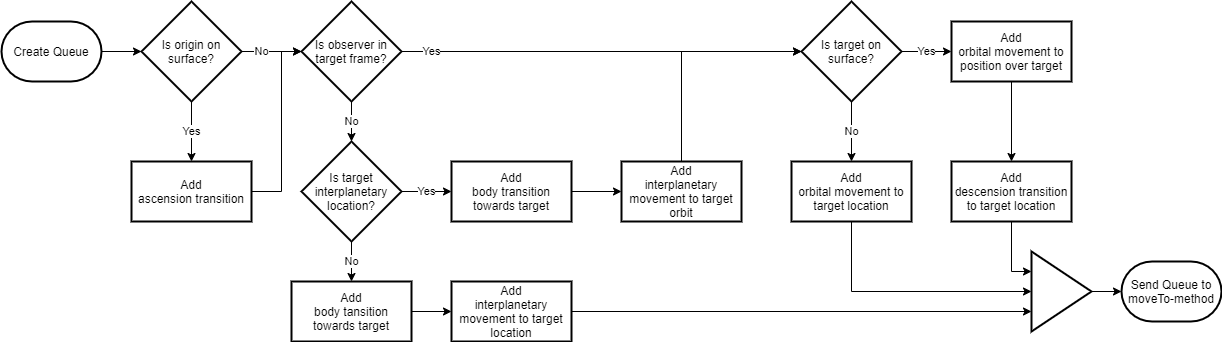
NXXR/Master-Thesis keeps this draw.io diagram as Thesis/src/content/4_3_autoNavigation/img/QueueConstructionFlowchart.png. Above is the earlier version. Source tidied: cells renumbered, new cells last; positions are measured from the earlier drawing's top-left corner, leaving out a move shared by most shapes. Its diagram source:
```xml
<mxGraphModel>
  <root>
    <mxCell id="0" />
    <mxCell id="1" parent="0" />
    <mxCell id="2" style="edgeStyle=orthogonalEdgeStyle;rounded=0;jettySize=auto;html=1;exitX=1;exitY=0.5;exitDx=0;exitDy=0;exitPerimeter=0;entryX=0;entryY=0.5;entryDx=0;entryDy=0;entryPerimeter=0;" parent="1" edge="1" source="3" target="6">
      <mxGeometry relative="1" as="geometry" />
    </mxCell>
    <mxCell id="3" value="Create Queue" style="strokeWidth=2;html=1;shape=mxgraph.flowchart.terminator;whiteSpace=wrap;" parent="1" vertex="1">
      <mxGeometry y="20" width="100" height="60" as="geometry" />
    </mxCell>
    <mxCell id="4" value="Yes" style="edgeStyle=orthogonalEdgeStyle;rounded=0;jettySize=auto;html=1;exitX=0.5;exitY=1;exitDx=0;exitDy=0;exitPerimeter=0;entryX=0.5;entryY=0;entryDx=0;entryDy=0;" parent="1" edge="1" source="6" target="8">
      <mxGeometry relative="1" as="geometry" />
    </mxCell>
    <mxCell id="5" value="No" style="edgeStyle=orthogonalEdgeStyle;rounded=0;jettySize=auto;html=1;exitX=1;exitY=0.5;exitDx=0;exitDy=0;exitPerimeter=0;entryX=0;entryY=0.5;entryDx=0;entryDy=0;entryPerimeter=0;" parent="1" edge="1" source="6" target="11">
      <mxGeometry x="-0.33" relative="1" as="geometry" />
    </mxCell>
    <mxCell id="6" value="Is origin on surface?" style="strokeWidth=2;html=1;shape=mxgraph.flowchart.decision;whiteSpace=wrap;" parent="1" vertex="1">
      <mxGeometry x="140" width="100" height="100" as="geometry" />
    </mxCell>
    <mxCell id="7" style="edgeStyle=orthogonalEdgeStyle;rounded=0;jettySize=auto;html=1;exitX=1;exitY=0.5;exitDx=0;exitDy=0;entryX=0;entryY=0.5;entryDx=0;entryDy=0;entryPerimeter=0;" parent="1" edge="1" source="8" target="11">
      <mxGeometry relative="1" as="geometry">
        <Array as="points">
          <mxPoint x="280" y="190" />
          <mxPoint x="280" y="50" />
        </Array>
      </mxGeometry>
    </mxCell>
    <mxCell id="8" value="Add&lt;br&gt;ascension transition" style="rounded=0;whiteSpace=wrap;html=1;strokeWidth=2;" parent="1" vertex="1">
      <mxGeometry x="130" y="160" width="120" height="60" as="geometry" />
    </mxCell>
    <mxCell id="9" value="Yes" style="edgeStyle=orthogonalEdgeStyle;rounded=0;jettySize=auto;html=1;exitX=1;exitY=0.5;exitDx=0;exitDy=0;exitPerimeter=0;" parent="1" edge="1" source="11" target="14">
      <mxGeometry x="-0.85" relative="1" as="geometry" />
    </mxCell>
    <mxCell id="10" value="No" style="edgeStyle=none;rounded=0;jettySize=auto;html=1;exitX=0.5;exitY=1;exitDx=0;exitDy=0;exitPerimeter=0;entryX=0.5;entryY=0;entryDx=0;entryDy=0;entryPerimeter=0;" parent="1" edge="1" source="11" target="23">
      <mxGeometry relative="1" as="geometry" />
    </mxCell>
    <mxCell id="11" value="Is observer in target frame?" style="strokeWidth=2;html=1;shape=mxgraph.flowchart.decision;whiteSpace=wrap;" parent="1" vertex="1">
      <mxGeometry x="300" width="100" height="100" as="geometry" />
    </mxCell>
    <mxCell id="12" value="No" style="rounded=0;jettySize=auto;html=1;exitX=0.5;exitY=1;exitDx=0;exitDy=0;exitPerimeter=0;entryX=0.5;entryY=0;entryDx=0;entryDy=0;" parent="1" edge="1" source="14" target="16">
      <mxGeometry relative="1" as="geometry" />
    </mxCell>
    <mxCell id="13" value="Yes" style="rounded=0;jettySize=auto;html=1;exitX=1;exitY=0.5;exitDx=0;exitDy=0;exitPerimeter=0;entryX=0;entryY=0.5;entryDx=0;entryDy=0;" parent="1" edge="1" source="14" target="18">
      <mxGeometry relative="1" as="geometry" />
    </mxCell>
    <mxCell id="14" value="Is target on surface?" style="strokeWidth=2;html=1;shape=mxgraph.flowchart.decision;whiteSpace=wrap;" parent="1" vertex="1">
      <mxGeometry x="800" width="100" height="100" as="geometry" />
    </mxCell>
    <mxCell id="15" style="edgeStyle=orthogonalEdgeStyle;rounded=0;jettySize=auto;html=1;entryX=0;entryY=0.5;entryDx=0;entryDy=0;" parent="1" edge="1" source="16" target="34">
      <mxGeometry relative="1" as="geometry">
        <Array as="points">
          <mxPoint x="850" y="290" />
        </Array>
      </mxGeometry>
    </mxCell>
    <mxCell id="16" value="Add&lt;br&gt;orbital movement to target location" style="rounded=0;whiteSpace=wrap;html=1;strokeWidth=2;" parent="1" vertex="1">
      <mxGeometry x="790" y="160" width="120" height="60" as="geometry" />
    </mxCell>
    <mxCell id="17" style="edgeStyle=orthogonalEdgeStyle;rounded=0;jettySize=auto;html=1;exitX=0.5;exitY=1;exitDx=0;exitDy=0;entryX=0.5;entryY=0;entryDx=0;entryDy=0;" parent="1" edge="1" source="18" target="20">
      <mxGeometry relative="1" as="geometry" />
    </mxCell>
    <mxCell id="18" value="Add&lt;br&gt;orbital movement to position over target" style="rounded=0;whiteSpace=wrap;html=1;strokeWidth=2;" parent="1" vertex="1">
      <mxGeometry x="950" y="20" width="120" height="60" as="geometry" />
    </mxCell>
    <mxCell id="19" style="edgeStyle=orthogonalEdgeStyle;rounded=0;jettySize=auto;html=1;entryX=0;entryY=0.25;entryDx=0;entryDy=0;" parent="1" edge="1" source="20" target="34">
      <mxGeometry relative="1" as="geometry" />
    </mxCell>
    <mxCell id="20" value="Add&lt;br&gt;descension transition to target location" style="rounded=0;whiteSpace=wrap;html=1;strokeWidth=2;" parent="1" vertex="1">
      <mxGeometry x="950" y="160" width="120" height="60" as="geometry" />
    </mxCell>
    <mxCell id="21" value="Yes" style="edgeStyle=none;rounded=0;jettySize=auto;html=1;exitX=1;exitY=0.5;exitDx=0;exitDy=0;exitPerimeter=0;entryX=0;entryY=0.5;entryDx=0;entryDy=0;" parent="1" edge="1" source="23" target="25">
      <mxGeometry relative="1" as="geometry" />
    </mxCell>
    <mxCell id="22" value="No" style="edgeStyle=none;rounded=0;jettySize=auto;html=1;exitX=0.5;exitY=1;exitDx=0;exitDy=0;exitPerimeter=0;" parent="1" edge="1" source="23" target="29">
      <mxGeometry relative="1" as="geometry" />
    </mxCell>
    <mxCell id="23" value="Is target interplanetary location?" style="strokeWidth=2;html=1;shape=mxgraph.flowchart.decision;whiteSpace=wrap;" parent="1" vertex="1">
      <mxGeometry x="300" y="140" width="100" height="100" as="geometry" />
    </mxCell>
    <mxCell id="24" style="edgeStyle=none;rounded=0;jettySize=auto;html=1;exitX=1;exitY=0.5;exitDx=0;exitDy=0;entryX=0;entryY=0.5;entryDx=0;entryDy=0;" parent="1" edge="1" source="25" target="27">
      <mxGeometry relative="1" as="geometry" />
    </mxCell>
    <mxCell id="25" value="Add&lt;br&gt;body transition towards target" style="rounded=0;whiteSpace=wrap;html=1;strokeWidth=2;" parent="1" vertex="1">
      <mxGeometry x="450" y="160" width="120" height="60" as="geometry" />
    </mxCell>
    <mxCell id="26" style="rounded=0;jettySize=auto;html=1;exitX=0.5;exitY=0;exitDx=0;exitDy=0;entryX=0;entryY=0.5;entryDx=0;entryDy=0;entryPerimeter=0;edgeStyle=orthogonalEdgeStyle;" parent="1" edge="1" source="27" target="14">
      <mxGeometry relative="1" as="geometry" />
    </mxCell>
    <mxCell id="27" value="Add&lt;br&gt;interplanetary movement to target orbit" style="rounded=0;whiteSpace=wrap;html=1;strokeWidth=2;" parent="1" vertex="1">
      <mxGeometry x="620" y="160" width="120" height="60" as="geometry" />
    </mxCell>
    <mxCell id="28" style="edgeStyle=none;rounded=0;jettySize=auto;html=1;exitX=1;exitY=0.5;exitDx=0;exitDy=0;entryX=0;entryY=0.5;entryDx=0;entryDy=0;" parent="1" edge="1" source="29" target="31">
      <mxGeometry relative="1" as="geometry" />
    </mxCell>
    <mxCell id="29" value="Add&lt;br&gt;body tansition towards target" style="rounded=0;whiteSpace=wrap;html=1;strokeWidth=2;" parent="1" vertex="1">
      <mxGeometry x="290" y="280" width="120" height="60" as="geometry" />
    </mxCell>
    <mxCell id="30" style="edgeStyle=orthogonalEdgeStyle;rounded=0;jettySize=auto;html=1;entryX=0;entryY=0.75;entryDx=0;entryDy=0;" parent="1" edge="1" source="31" target="34">
      <mxGeometry relative="1" as="geometry" />
    </mxCell>
    <mxCell id="31" value="Add&lt;br&gt;interplanetary movement to target location" style="rounded=0;whiteSpace=wrap;html=1;strokeWidth=2;" parent="1" vertex="1">
      <mxGeometry x="450" y="280" width="120" height="60" as="geometry" />
    </mxCell>
    <mxCell id="32" value="Send Queue to moveTo-method" style="strokeWidth=2;html=1;shape=mxgraph.flowchart.terminator;whiteSpace=wrap;" parent="1" vertex="1">
      <mxGeometry x="1120" y="260" width="100" height="60" as="geometry" />
    </mxCell>
    <mxCell id="33" style="edgeStyle=orthogonalEdgeStyle;rounded=0;jettySize=auto;html=1;entryX=0;entryY=0.5;entryDx=0;entryDy=0;entryPerimeter=0;" parent="1" edge="1" source="34" target="32">
      <mxGeometry relative="1" as="geometry" />
    </mxCell>
    <mxCell id="34" style="triangle;whiteSpace=wrap;html=1;strokeWidth=2;rounded=0;" parent="1" vertex="1">
      <mxGeometry x="1030" y="250" width="60" height="80" as="geometry" />
    </mxCell>
  </root>
</mxGraphModel>
```
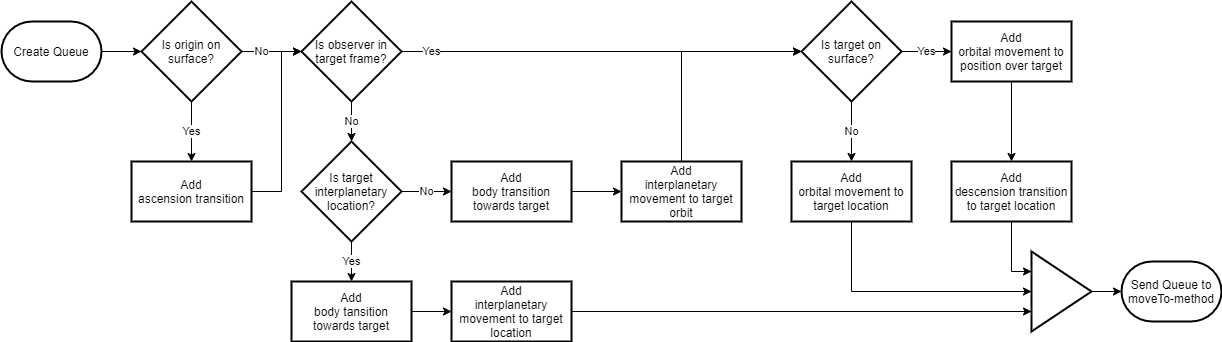
After the commit.

Commit message:
add location state diagram & queue flowchart

What changed in the source:
```diff
@@ -68,10 +68,10 @@
     <mxCell id="20" value="Add&lt;br&gt;descension transition to target location" style="rounded=0;whiteSpace=wrap;html=1;strokeWidth=2;" parent="1" vertex="1">
       <mxGeometry x="950" y="160" width="120" height="60" as="geometry" />
     </mxCell>
-    <mxCell id="21" value="Yes" style="edgeStyle=none;rounded=0;jettySize=auto;html=1;exitX=1;exitY=0.5;exitDx=0;exitDy=0;exitPerimeter=0;entryX=0;entryY=0.5;entryDx=0;entryDy=0;" parent="1" edge="1" source="23" target="25">
+    <mxCell id="21" value="No" style="edgeStyle=none;rounded=0;jettySize=auto;html=1;exitX=1;exitY=0.5;exitDx=0;exitDy=0;exitPerimeter=0;entryX=0;entryY=0.5;entryDx=0;entryDy=0;" parent="1" edge="1" source="23" target="25">
       <mxGeometry relative="1" as="geometry" />
     </mxCell>
-    <mxCell id="22" value="No" style="edgeStyle=none;rounded=0;jettySize=auto;html=1;exitX=0.5;exitY=1;exitDx=0;exitDy=0;exitPerimeter=0;" parent="1" edge="1" source="23" target="29">
+    <mxCell id="22" value="Yes" style="edgeStyle=none;rounded=0;jettySize=auto;html=1;exitX=0.5;exitY=1;exitDx=0;exitDy=0;exitPerimeter=0;" parent="1" edge="1" source="23" target="29">
       <mxGeometry relative="1" as="geometry" />
     </mxCell>
     <mxCell id="23" value="Is target interplanetary location?" style="strokeWidth=2;html=1;shape=mxgraph.flowchart.decision;whiteSpace=wrap;" parent="1" vertex="1">
```
